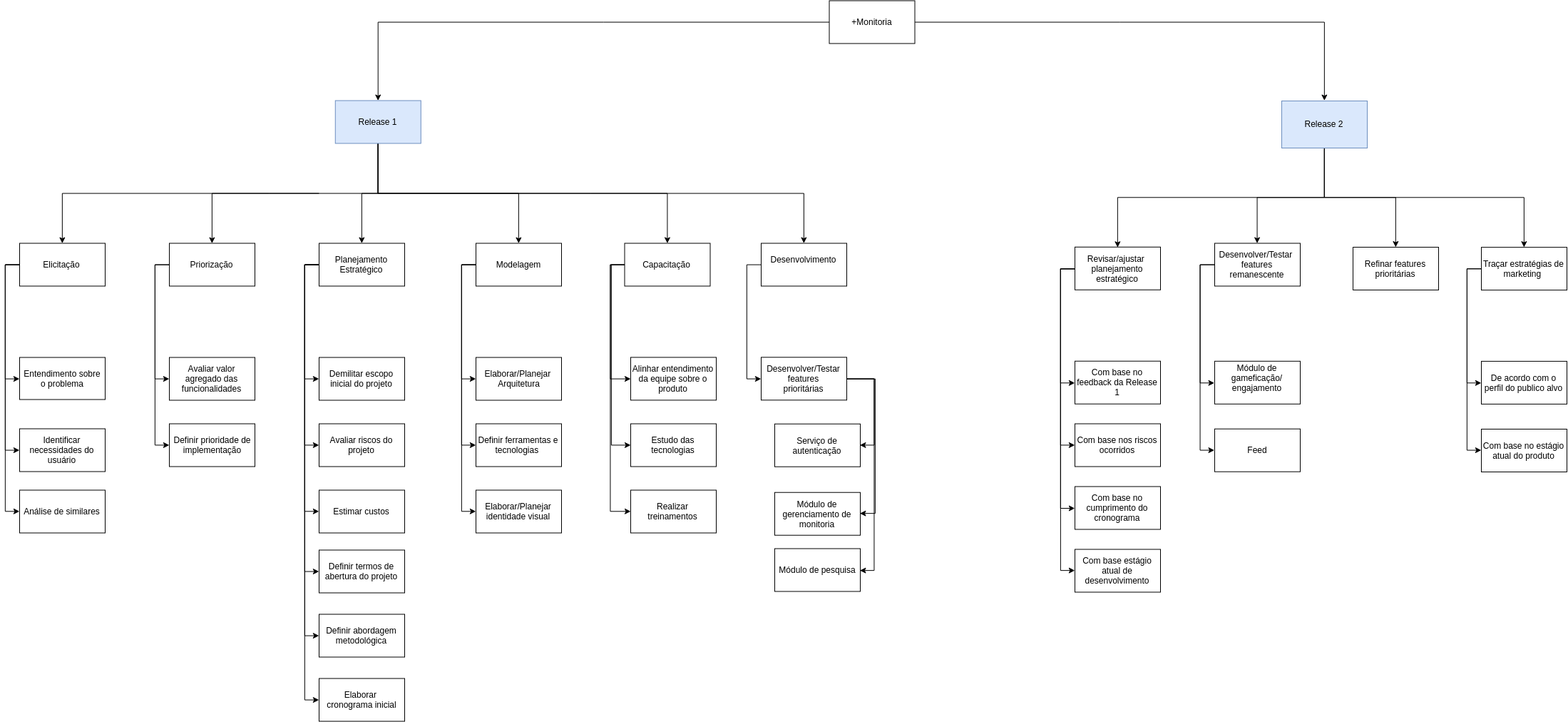
fga-eps-mds/2019.1-MaisMonitoria keeps this draw.io diagram as docs/assets/EAP.png. Above is the earlier version. Source tidied: cells renumbered, new cells last; positions are measured from the earlier drawing's top-left corner, leaving out a move shared by most shapes.
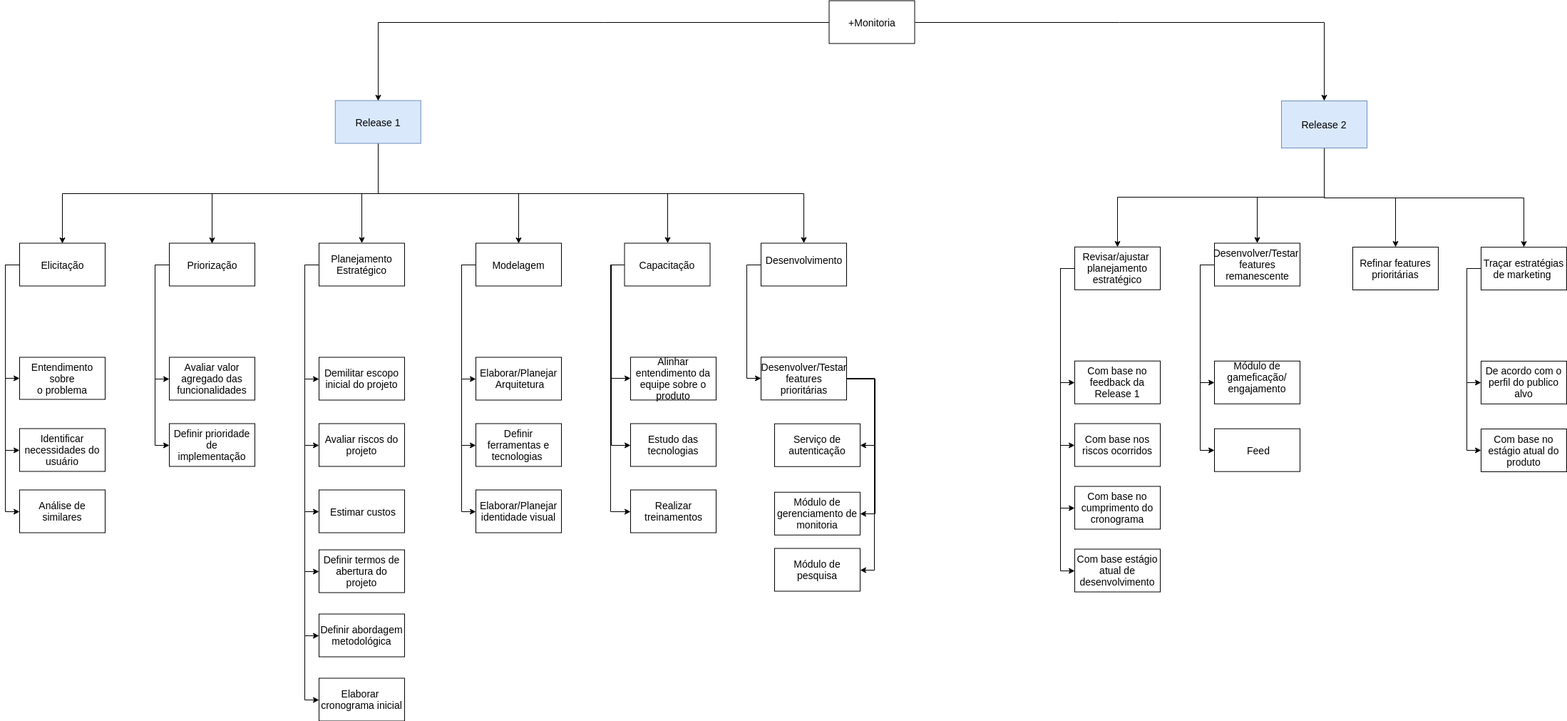
After the commit.

The edit, as a diff of the source:
```diff
@@ -33,3 +33,3 @@
     </mxCell>
-    <mxCell id="8" value="Release 1" style="rounded=0;whiteSpace=wrap;html=1;fillColor=#dae8fc;strokeColor=#6c8ebf;" parent="1" vertex="1">
+    <mxCell id="8" value="&lt;font style=&quot;font-size: 14px&quot;&gt;Release 1&lt;/font&gt;" style="rounded=0;whiteSpace=wrap;html=1;fillColor=#dae8fc;strokeColor=#6c8ebf;" parent="1" vertex="1">
       <mxGeometry x="442.8" y="140.5" width="120" height="60" as="geometry" />
@@ -42,3 +42,3 @@
     </mxCell>
-    <mxCell id="11" value="+Monitoria" style="rounded=0;whiteSpace=wrap;html=1;" parent="1" vertex="1">
+    <mxCell id="11" value="&lt;font style=&quot;font-size: 14px&quot;&gt;+Monitoria&lt;/font&gt;" style="rounded=0;whiteSpace=wrap;html=1;fontSize=16;" parent="1" vertex="1">
       <mxGeometry x="1135.5" y="0.5" width="120" height="60" as="geometry" />
@@ -54,3 +54,3 @@
     </mxCell>
-    <mxCell id="15" value="Elicitação" style="rounded=0;whiteSpace=wrap;html=1;" parent="1" vertex="1">
+    <mxCell id="15" value="&lt;font style=&quot;font-size: 14px&quot;&gt;Elicitação&lt;/font&gt;" style="rounded=0;whiteSpace=wrap;html=1;" parent="1" vertex="1">
       <mxGeometry y="340.5" width="120" height="60" as="geometry" />
@@ -71,3 +71,3 @@
     </mxCell>
-    <mxCell id="19" value="Capacitação" style="rounded=0;whiteSpace=wrap;html=1;" parent="1" vertex="1">
+    <mxCell id="19" value="&lt;font style=&quot;font-size: 14px&quot;&gt;Capacitação&lt;/font&gt;" style="rounded=0;whiteSpace=wrap;html=1;" parent="1" vertex="1">
       <mxGeometry x="848.5" y="340.5" width="120" height="60" as="geometry" />
@@ -83,3 +83,3 @@
     </mxCell>
-    <mxCell id="23" value="Modelagem" style="rounded=0;whiteSpace=wrap;html=1;" parent="1" vertex="1">
+    <mxCell id="23" value="&lt;font style=&quot;font-size: 14px&quot;&gt;Modelagem&lt;/font&gt;" style="rounded=0;whiteSpace=wrap;html=1;" parent="1" vertex="1">
       <mxGeometry x="640" y="340.5" width="120" height="60" as="geometry" />
@@ -92,3 +92,3 @@
     </mxCell>
-    <mxCell id="26" value="Priorização" style="rounded=0;whiteSpace=wrap;html=1;" parent="1" vertex="1">
+    <mxCell id="26" value="&lt;font style=&quot;font-size: 14px&quot;&gt;Priorização&lt;/font&gt;" style="rounded=0;whiteSpace=wrap;html=1;" parent="1" vertex="1">
       <mxGeometry x="210" y="340.5" width="120" height="60" as="geometry" />
@@ -118,3 +118,3 @@
     </mxCell>
-    <mxCell id="33" value="Planejamento&lt;br&gt;Estratégico&lt;br&gt;" style="rounded=0;whiteSpace=wrap;html=1;" parent="1" vertex="1">
+    <mxCell id="33" value="&lt;font style=&quot;font-size: 14px&quot;&gt;Planejamento&lt;br&gt;Estratégico&lt;/font&gt;&lt;br&gt;" style="rounded=0;whiteSpace=wrap;html=1;" parent="1" vertex="1">
       <mxGeometry x="420" y="340.5" width="120" height="60" as="geometry" />
@@ -124,54 +124,54 @@
     </mxCell>
-    <mxCell id="35" value="Desenvolvimento&lt;br&gt;&lt;br&gt;" style="rounded=0;whiteSpace=wrap;html=1;" parent="1" vertex="1">
+    <mxCell id="35" value="&lt;font style=&quot;font-size: 14px&quot;&gt;Desenvolvimento&lt;br&gt;&lt;/font&gt;&lt;br&gt;" style="rounded=0;whiteSpace=wrap;html=1;" parent="1" vertex="1">
       <mxGeometry x="1040" y="340.5" width="120" height="60" as="geometry" />
     </mxCell>
-    <mxCell id="36" value="Entendimento sobre&lt;br&gt;o problema&lt;br&gt;" style="rounded=0;whiteSpace=wrap;html=1;" parent="1" vertex="1">
+    <mxCell id="36" value="&lt;font style=&quot;font-size: 14px&quot;&gt;Entendimento sobre&lt;br&gt;o problema&lt;/font&gt;&lt;br&gt;" style="rounded=0;whiteSpace=wrap;html=1;" parent="1" vertex="1">
       <mxGeometry y="500.5" width="120" height="59" as="geometry" />
     </mxCell>
-    <mxCell id="37" value="Identificar necessidades do usuário" style="rounded=0;whiteSpace=wrap;html=1;" parent="1" vertex="1">
+    <mxCell id="37" value="&lt;font style=&quot;font-size: 14px&quot;&gt;Identificar necessidades do usuário&lt;/font&gt;" style="rounded=0;whiteSpace=wrap;html=1;" parent="1" vertex="1">
       <mxGeometry y="600.5" width="120" height="60" as="geometry" />
     </mxCell>
-    <mxCell id="38" value="Análise de similares" style="rounded=0;whiteSpace=wrap;html=1;" parent="1" vertex="1">
+    <mxCell id="38" value="&lt;font style=&quot;font-size: 14px&quot;&gt;Análise de similares&lt;/font&gt;" style="rounded=0;whiteSpace=wrap;html=1;" parent="1" vertex="1">
       <mxGeometry y="686.5" width="120" height="60" as="geometry" />
     </mxCell>
-    <mxCell id="39" value="Avaliar valor agregado das funcionalidades" style="rounded=0;whiteSpace=wrap;html=1;" parent="1" vertex="1">
+    <mxCell id="39" value="&lt;font style=&quot;font-size: 14px&quot;&gt;Avaliar valor agregado das funcionalidades&lt;/font&gt;" style="rounded=0;whiteSpace=wrap;html=1;" parent="1" vertex="1">
       <mxGeometry x="210" y="500.5" width="120" height="60" as="geometry" />
     </mxCell>
-    <mxCell id="40" value="Definir prioridade de&lt;br&gt;implementação&lt;br&gt;" style="rounded=0;whiteSpace=wrap;html=1;" parent="1" vertex="1">
+    <mxCell id="40" value="&lt;font style=&quot;font-size: 14px&quot;&gt;Definir prioridade de&lt;br&gt;implementação&lt;/font&gt;&lt;br&gt;" style="rounded=0;whiteSpace=wrap;html=1;" parent="1" vertex="1">
       <mxGeometry x="210" y="593.5" width="120" height="60" as="geometry" />
     </mxCell>
-    <mxCell id="41" value="Demilitar escopo inicial do projeto" style="rounded=0;whiteSpace=wrap;html=1;" parent="1" vertex="1">
+    <mxCell id="41" value="&lt;font style=&quot;font-size: 14px&quot;&gt;Demilitar escopo inicial do projeto&lt;/font&gt;" style="rounded=0;whiteSpace=wrap;html=1;" parent="1" vertex="1">
       <mxGeometry x="420" y="500.5" width="120" height="60" as="geometry" />
     </mxCell>
-    <mxCell id="42" value="Avaliar riscos do projeto" style="rounded=0;whiteSpace=wrap;html=1;" parent="1" vertex="1">
+    <mxCell id="42" value="&lt;font style=&quot;font-size: 14px&quot;&gt;Avaliar riscos do projeto&lt;/font&gt;" style="rounded=0;whiteSpace=wrap;html=1;" parent="1" vertex="1">
       <mxGeometry x="420" y="593.5" width="120" height="60" as="geometry" />
     </mxCell>
-    <mxCell id="43" value="Estimar custos" style="rounded=0;whiteSpace=wrap;html=1;" parent="1" vertex="1">
+    <mxCell id="43" value="&lt;font style=&quot;font-size: 14px&quot;&gt;Estimar custos&lt;/font&gt;" style="rounded=0;whiteSpace=wrap;html=1;" parent="1" vertex="1">
       <mxGeometry x="420" y="686.5" width="120" height="60" as="geometry" />
     </mxCell>
-    <mxCell id="44" value="Definir termos de abertura do projeto" style="rounded=0;whiteSpace=wrap;html=1;" parent="1" vertex="1">
+    <mxCell id="44" value="&lt;font style=&quot;font-size: 14px&quot;&gt;Definir termos de abertura do projeto&lt;/font&gt;" style="rounded=0;whiteSpace=wrap;html=1;" parent="1" vertex="1">
       <mxGeometry x="420" y="770.5" width="120" height="60" as="geometry" />
     </mxCell>
-    <mxCell id="45" value="Definir abordagem metodológica" style="rounded=0;whiteSpace=wrap;html=1;" parent="1" vertex="1">
+    <mxCell id="45" value="&lt;font style=&quot;font-size: 14px&quot;&gt;Definir abordagem metodológica&lt;/font&gt;" style="rounded=0;whiteSpace=wrap;html=1;" parent="1" vertex="1">
       <mxGeometry x="420" y="860.5" width="120" height="60" as="geometry" />
     </mxCell>
-    <mxCell id="46" value="Elaborar/Planejar&amp;nbsp;&lt;br&gt;Arquitetura&lt;br&gt;" style="rounded=0;whiteSpace=wrap;html=1;" parent="1" vertex="1">
+    <mxCell id="46" value="&lt;font style=&quot;font-size: 14px&quot;&gt;Elaborar/Planejar&amp;nbsp;&lt;br&gt;Arquitetura&lt;/font&gt;&lt;br&gt;" style="rounded=0;whiteSpace=wrap;html=1;" parent="1" vertex="1">
       <mxGeometry x="640" y="500.5" width="120" height="60" as="geometry" />
     </mxCell>
-    <mxCell id="47" value="Definir ferramentas e tecnologias&amp;nbsp;" style="rounded=0;whiteSpace=wrap;html=1;" parent="1" vertex="1">
+    <mxCell id="47" value="&lt;font style=&quot;font-size: 14px&quot;&gt;Definir ferramentas e tecnologias&amp;nbsp;&lt;/font&gt;" style="rounded=0;whiteSpace=wrap;html=1;" parent="1" vertex="1">
       <mxGeometry x="640" y="593.5" width="120" height="60" as="geometry" />
     </mxCell>
-    <mxCell id="48" value="Elaborar/Planejar identidade visual" style="rounded=0;whiteSpace=wrap;html=1;" parent="1" vertex="1">
+    <mxCell id="48" value="&lt;font style=&quot;font-size: 14px&quot;&gt;Elaborar/Planejar identidade visual&lt;/font&gt;" style="rounded=0;whiteSpace=wrap;html=1;" parent="1" vertex="1">
       <mxGeometry x="640" y="686.5" width="120" height="60" as="geometry" />
     </mxCell>
-    <mxCell id="49" value="Alinhar entendimento da equipe sobre o produto" style="rounded=0;whiteSpace=wrap;html=1;" parent="1" vertex="1">
+    <mxCell id="49" value="&lt;font style=&quot;font-size: 14px&quot;&gt;Alinhar entendimento da equipe sobre o produto&lt;/font&gt;" style="rounded=0;whiteSpace=wrap;html=1;" parent="1" vertex="1">
       <mxGeometry x="857" y="500.4" width="120" height="60" as="geometry" />
     </mxCell>
-    <mxCell id="50" value="Estudo das tecnologias" style="rounded=0;whiteSpace=wrap;html=1;" parent="1" vertex="1">
+    <mxCell id="50" value="&lt;font style=&quot;font-size: 14px&quot;&gt;Estudo das tecnologias&lt;/font&gt;" style="rounded=0;whiteSpace=wrap;html=1;" parent="1" vertex="1">
       <mxGeometry x="857" y="593.5" width="120" height="60" as="geometry" />
     </mxCell>
-    <mxCell id="51" value="Realizar&lt;br&gt;treinamentos" style="rounded=0;whiteSpace=wrap;html=1;" parent="1" vertex="1">
+    <mxCell id="51" value="&lt;font style=&quot;font-size: 14px&quot;&gt;Realizar&lt;br&gt;treinamentos&lt;/font&gt;" style="rounded=0;whiteSpace=wrap;html=1;" parent="1" vertex="1">
       <mxGeometry x="857" y="686.5" width="120" height="60" as="geometry" />
     </mxCell>
-    <mxCell id="52" value="Elaborar &lt;br&gt;cronograma inicial" style="rounded=0;whiteSpace=wrap;html=1;" parent="1" vertex="1">
+    <mxCell id="52" value="&lt;font style=&quot;font-size: 14px&quot;&gt;Elaborar &lt;br&gt;cronograma inicial&lt;/font&gt;" style="rounded=0;whiteSpace=wrap;html=1;" parent="1" vertex="1">
       <mxGeometry x="420" y="950.5" width="120" height="60" as="geometry" />
@@ -192,12 +192,12 @@
     </mxCell>
-    <mxCell id="56" value="Desenvolver/Testar features&lt;br&gt;prioritárias&lt;br&gt;" style="rounded=0;whiteSpace=wrap;html=1;" parent="1" vertex="1">
+    <mxCell id="56" value="&lt;font style=&quot;font-size: 14px&quot;&gt;Desenvolver/Testar features&lt;br&gt;prioritárias&lt;/font&gt;&lt;br&gt;" style="rounded=0;whiteSpace=wrap;html=1;" parent="1" vertex="1">
       <mxGeometry x="1040" y="500.3" width="120" height="60" as="geometry" />
     </mxCell>
-    <mxCell id="57" value="Serviço de autenticação" style="rounded=0;whiteSpace=wrap;html=1;" parent="1" vertex="1">
+    <mxCell id="57" value="&lt;font style=&quot;font-size: 14px&quot;&gt;Serviço de autenticação&lt;/font&gt;" style="rounded=0;whiteSpace=wrap;html=1;" parent="1" vertex="1">
       <mxGeometry x="1059" y="593.7" width="120" height="60" as="geometry" />
     </mxCell>
-    <mxCell id="58" value="Módulo de gerenciamento de monitoria" style="rounded=0;whiteSpace=wrap;html=1;" parent="1" vertex="1">
+    <mxCell id="58" value="&lt;font style=&quot;font-size: 14px&quot;&gt;Módulo de gerenciamento de monitoria&lt;/font&gt;" style="rounded=0;whiteSpace=wrap;html=1;" parent="1" vertex="1">
       <mxGeometry x="1059" y="689.7" width="120" height="60" as="geometry" />
     </mxCell>
-    <mxCell id="59" value="Módulo de pesquisa" style="rounded=0;whiteSpace=wrap;html=1;" parent="1" vertex="1">
+    <mxCell id="59" value="&lt;font style=&quot;font-size: 14px&quot;&gt;Módulo de pesquisa&lt;/font&gt;" style="rounded=0;whiteSpace=wrap;html=1;" parent="1" vertex="1">
       <mxGeometry x="1059" y="768.5" width="120" height="60" as="geometry" />
@@ -224,3 +224,3 @@
     </mxCell>
-    <mxCell id="65" value="Release 2" style="rounded=0;whiteSpace=wrap;html=1;fillColor=#dae8fc;strokeColor=#6c8ebf;" parent="1" vertex="1">
+    <mxCell id="65" value="&lt;font style=&quot;font-size: 14px&quot;&gt;Release 2&lt;/font&gt;" style="rounded=0;whiteSpace=wrap;html=1;fillColor=#dae8fc;strokeColor=#6c8ebf;" parent="1" vertex="1">
       <mxGeometry x="1770" y="141" width="120" height="66" as="geometry" />
@@ -233,6 +233,6 @@
     </mxCell>
-    <mxCell id="68" value="Desenvolver/Testar&amp;nbsp;&lt;br&gt;features remanescente&lt;br&gt;" style="rounded=0;whiteSpace=wrap;html=1;" parent="1" vertex="1">
+    <mxCell id="68" value="&lt;font style=&quot;font-size: 14px&quot;&gt;Desenvolver/Testar&amp;nbsp;&lt;br&gt;features remanescente&lt;/font&gt;&lt;br&gt;" style="rounded=0;whiteSpace=wrap;html=1;" parent="1" vertex="1">
       <mxGeometry x="1676" y="340.5" width="120" height="60" as="geometry" />
     </mxCell>
-    <mxCell id="69" value="Refinar features prioritárias" style="rounded=0;whiteSpace=wrap;html=1;" parent="1" vertex="1">
+    <mxCell id="69" value="&lt;font style=&quot;font-size: 14px&quot;&gt;Refinar features prioritárias&lt;/font&gt;" style="rounded=0;whiteSpace=wrap;html=1;" parent="1" vertex="1">
       <mxGeometry x="1870" y="346" width="120" height="60" as="geometry" />
@@ -256,3 +256,3 @@
     </mxCell>
-    <mxCell id="74" value="Revisar/ajustar&amp;nbsp;&lt;br&gt;planejamento estratégico&lt;br&gt;" style="rounded=0;whiteSpace=wrap;html=1;" parent="1" vertex="1">
+    <mxCell id="74" value="&lt;font style=&quot;font-size: 14px&quot;&gt;Revisar/ajustar&amp;nbsp;&lt;br&gt;planejamento estratégico&lt;/font&gt;&lt;br&gt;" style="rounded=0;whiteSpace=wrap;html=1;" parent="1" vertex="1">
       <mxGeometry x="1480" y="345.8" width="120" height="60" as="geometry" />
@@ -265,27 +265,27 @@
     </mxCell>
-    <mxCell id="77" value="Traçar estratégias de marketing&amp;nbsp;" style="rounded=0;whiteSpace=wrap;html=1;" parent="1" vertex="1">
+    <mxCell id="77" value="&lt;font style=&quot;font-size: 14px&quot;&gt;Traçar estratégias de marketing&amp;nbsp;&lt;/font&gt;" style="rounded=0;whiteSpace=wrap;html=1;" parent="1" vertex="1">
       <mxGeometry x="2050" y="346.1" width="120" height="60" as="geometry" />
     </mxCell>
-    <mxCell id="78" value="Módulo de gameficação/&lt;br&gt;engajamento&lt;br&gt;&lt;br&gt;" style="rounded=0;whiteSpace=wrap;html=1;" parent="1" vertex="1">
+    <mxCell id="78" value="&lt;font style=&quot;font-size: 14px&quot;&gt;Módulo de gameficação/&lt;br&gt;engajamento&lt;br&gt;&lt;/font&gt;&lt;br&gt;" style="rounded=0;whiteSpace=wrap;html=1;" parent="1" vertex="1">
       <mxGeometry x="1676" y="505.8" width="120" height="60" as="geometry" />
     </mxCell>
-    <mxCell id="79" value="Feed" style="rounded=0;whiteSpace=wrap;html=1;" parent="1" vertex="1">
+    <mxCell id="79" value="&lt;font style=&quot;font-size: 14px&quot;&gt;Feed&lt;/font&gt;" style="rounded=0;whiteSpace=wrap;html=1;" parent="1" vertex="1">
       <mxGeometry x="1676" y="600.7" width="120" height="60" as="geometry" />
     </mxCell>
-    <mxCell id="80" value="Com base no feedback da Release 1" style="rounded=0;whiteSpace=wrap;html=1;" parent="1" vertex="1">
+    <mxCell id="80" value="&lt;font style=&quot;font-size: 14px&quot;&gt;Com base no feedback da Release 1&lt;/font&gt;" style="rounded=0;whiteSpace=wrap;html=1;" parent="1" vertex="1">
       <mxGeometry x="1480" y="505.7" width="120" height="60" as="geometry" />
     </mxCell>
-    <mxCell id="81" value="Com base nos riscos ocorridos" style="rounded=0;whiteSpace=wrap;html=1;" parent="1" vertex="1">
+    <mxCell id="81" value="&lt;font style=&quot;font-size: 14px&quot;&gt;Com base nos riscos ocorridos&lt;/font&gt;" style="rounded=0;whiteSpace=wrap;html=1;" parent="1" vertex="1">
       <mxGeometry x="1480" y="593.5" width="120" height="60" as="geometry" />
     </mxCell>
-    <mxCell id="82" value="Com base no cumprimento do cronograma" style="rounded=0;whiteSpace=wrap;html=1;" parent="1" vertex="1">
+    <mxCell id="82" value="&lt;font style=&quot;font-size: 14px&quot;&gt;Com base no cumprimento do cronograma&lt;/font&gt;" style="rounded=0;whiteSpace=wrap;html=1;" parent="1" vertex="1">
       <mxGeometry x="1480" y="681.5" width="120" height="60" as="geometry" />
     </mxCell>
-    <mxCell id="83" value="Com base estágio atual de desenvolvimento" style="rounded=0;whiteSpace=wrap;html=1;" parent="1" vertex="1">
+    <mxCell id="83" value="&lt;font style=&quot;font-size: 14px&quot;&gt;Com base estágio atual de desenvolvimento&lt;/font&gt;" style="rounded=0;whiteSpace=wrap;html=1;" parent="1" vertex="1">
       <mxGeometry x="1480" y="769.5" width="120" height="60" as="geometry" />
     </mxCell>
-    <mxCell id="84" value="De acordo com o perfil do publico alvo" style="rounded=0;whiteSpace=wrap;html=1;" parent="1" vertex="1">
+    <mxCell id="84" value="&lt;font style=&quot;font-size: 14px&quot;&gt;De acordo com o perfil do publico alvo&lt;/font&gt;" style="rounded=0;whiteSpace=wrap;html=1;" parent="1" vertex="1">
       <mxGeometry x="2050" y="505.9" width="120" height="60" as="geometry" />
     </mxCell>
-    <mxCell id="85" value="Com base no estágio atual do produto" style="rounded=0;whiteSpace=wrap;html=1;" parent="1" vertex="1">
+    <mxCell id="85" value="&lt;font style=&quot;font-size: 14px&quot;&gt;Com base no estágio atual do produto&lt;/font&gt;" style="rounded=0;whiteSpace=wrap;html=1;" parent="1" vertex="1">
       <mxGeometry x="2050" y="601" width="120" height="60" as="geometry" />
```
